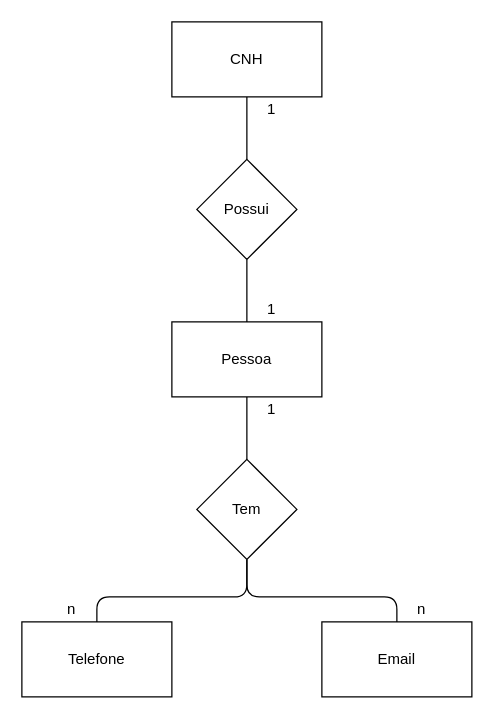
The draw.io diagram page "Conceitual" (1 of 2) of exercicios/1.1-exercicio-pessoas/pessoas.drawio in Okuma-wq/senai_sprint1_bd, before the edit. Source tidied: cells renumbered, new cells numbered last; positions are measured from the earlier drawing's top-left corner, leaving out a move shared by most shapes. Both pictures are drawn from the tidied source at 125%, with x=0, y=0 at pixel (21, 21).
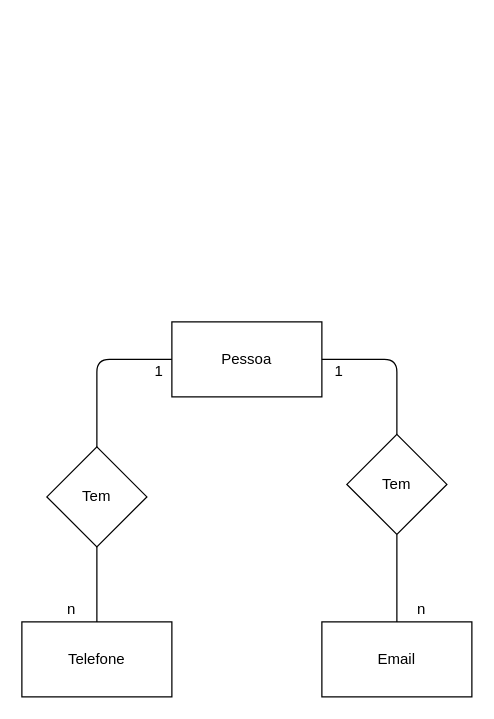
The same diagram, later.

Unchanged cells that the change refers to:
```xml
<mxCell id="2" value="Pessoa" style="rounded=0;whiteSpace=wrap;html=1;" parent="1" vertex="1">
  <mxGeometry x="120" y="240" width="120" height="60" as="geometry" />
</mxCell>
<mxCell id="3" value="Telefone" style="rounded=0;whiteSpace=wrap;html=1;" parent="1" vertex="1">
  <mxGeometry y="480" width="120" height="60" as="geometry" />
</mxCell>
<mxCell id="4" value="Email" style="rounded=0;whiteSpace=wrap;html=1;" parent="1" vertex="1">
  <mxGeometry x="240" y="480" width="120" height="60" as="geometry" />
</mxCell>
```

Change to the diagram source:
```diff
@@
     <mxCell id="5" value="Tem" style="rhombus;whiteSpace=wrap;html=1;" parent="1" vertex="1">
-      <mxGeometry x="140" y="350" width="80" height="80" as="geometry" />
+      <mxGeometry x="20" y="340" width="80" height="80" as="geometry" />
     </mxCell>
-    <mxCell id="6" style="endArrow=none;html=1;entryX=0.5;entryY=1;entryDx=0;entryDy=0;exitX=0.5;exitY=0;exitDx=0;exitDy=0;" parent="1" edge="1" source="5" target="2">
-      <mxGeometry relative="1" as="geometry" />
+    <mxCell id="6" style="endArrow=none;html=1;entryX=0;entryY=0.5;entryDx=0;entryDy=0;exitX=0.5;exitY=0;exitDx=0;exitDy=0;" parent="1" edge="1" source="5" target="2">
+      <mxGeometry relative="1" as="geometry">
+        <Array as="points">
+          <mxPoint x="60" y="270" />
+        </Array>
+      </mxGeometry>
     </mxCell>
     <mxCell id="7" style="endArrow=none;html=1;entryX=0.5;entryY=1;entryDx=0;entryDy=0;exitX=0.5;exitY=0;exitDx=0;exitDy=0;" parent="1" edge="1" source="3" target="5">
       <mxGeometry relative="1" as="geometry">
         <Array as="points">
           <mxPoint x="60" y="460" />
-          <mxPoint x="180" y="460" />
+          <mxPoint x="60" y="440" />
         </Array>
       </mxGeometry>
     </mxCell>
-    <mxCell id="8" style="endArrow=none;html=1;exitX=0.5;exitY=0;exitDx=0;exitDy=0;entryX=0.5;entryY=1;entryDx=0;entryDy=0;" parent="1" edge="1" source="4" target="5">
-      <mxGeometry relative="1" as="geometry">
-        <Array as="points">
-          <mxPoint x="300" y="460" />
-          <mxPoint x="180" y="460" />
-        </Array>
-      </mxGeometry>
-    </mxCell>
-    <mxCell id="9" value="CNH" style="rounded=0;whiteSpace=wrap;html=1;" parent="1" vertex="1">
-      <mxGeometry x="120" width="120" height="60" as="geometry" />
-    </mxCell>
-    <mxCell id="10" value="Possui" style="rhombus;whiteSpace=wrap;html=1;" parent="1" vertex="1">
-      <mxGeometry x="140" y="110" width="80" height="80" as="geometry" />
-    </mxCell>
-    <mxCell id="11" style="endArrow=none;html=1;entryX=0.5;entryY=1;entryDx=0;entryDy=0;exitX=0.5;exitY=0;exitDx=0;exitDy=0;" parent="1" edge="1" source="10" target="9">
-      <mxGeometry relative="1" as="geometry" />
-    </mxCell>
-    <mxCell id="12" style="endArrow=none;html=1;entryX=0.5;entryY=1;entryDx=0;entryDy=0;exitX=0.5;exitY=0;exitDx=0;exitDy=0;" parent="1" edge="1" source="2" target="10">
-      <mxGeometry relative="1" as="geometry" />
-    </mxCell>
-    <mxCell id="13" value="1" style="text;html=1;strokeColor=none;fillColor=none;align=center;verticalAlign=middle;whiteSpace=wrap;rounded=0;" parent="1" vertex="1">
-      <mxGeometry x="180" y="60" width="40" height="20" as="geometry" />
-    </mxCell>
     <mxCell id="14" value="1" style="text;html=1;strokeColor=none;fillColor=none;align=center;verticalAlign=middle;whiteSpace=wrap;rounded=0;" parent="1" vertex="1">
-      <mxGeometry x="180" y="220" width="40" height="20" as="geometry" />
+      <mxGeometry x="234" y="270" width="40" height="20" as="geometry" />
     </mxCell>
     <mxCell id="15" value="1" style="text;html=1;strokeColor=none;fillColor=none;align=center;verticalAlign=middle;whiteSpace=wrap;rounded=0;" parent="1" vertex="1">
-      <mxGeometry x="180" y="300" width="40" height="20" as="geometry" />
+      <mxGeometry x="90" y="270" width="40" height="20" as="geometry" />
     </mxCell>
@@
+    <mxCell id="18" value="Tem" style="rhombus;whiteSpace=wrap;html=1;" parent="1" vertex="1">
+      <mxGeometry x="260" y="330" width="80" height="80" as="geometry" />
+    </mxCell>
+    <mxCell id="19" style="endArrow=none;html=1;entryX=1;entryY=0.5;entryDx=0;entryDy=0;exitX=0.5;exitY=0;exitDx=0;exitDy=0;" parent="1" edge="1" source="18" target="2">
+      <mxGeometry relative="1" as="geometry">
+        <Array as="points">
+          <mxPoint x="300" y="270" />
+        </Array>
+      </mxGeometry>
+    </mxCell>
+    <mxCell id="20" style="endArrow=none;html=1;entryX=0.5;entryY=1;entryDx=0;entryDy=0;" parent="1" edge="1" target="18">
+      <mxGeometry relative="1" as="geometry">
+        <mxPoint x="300" y="480" as="sourcePoint" />
+        <Array as="points">
+          <mxPoint x="300" y="430" />
+        </Array>
+      </mxGeometry>
+    </mxCell>
```
